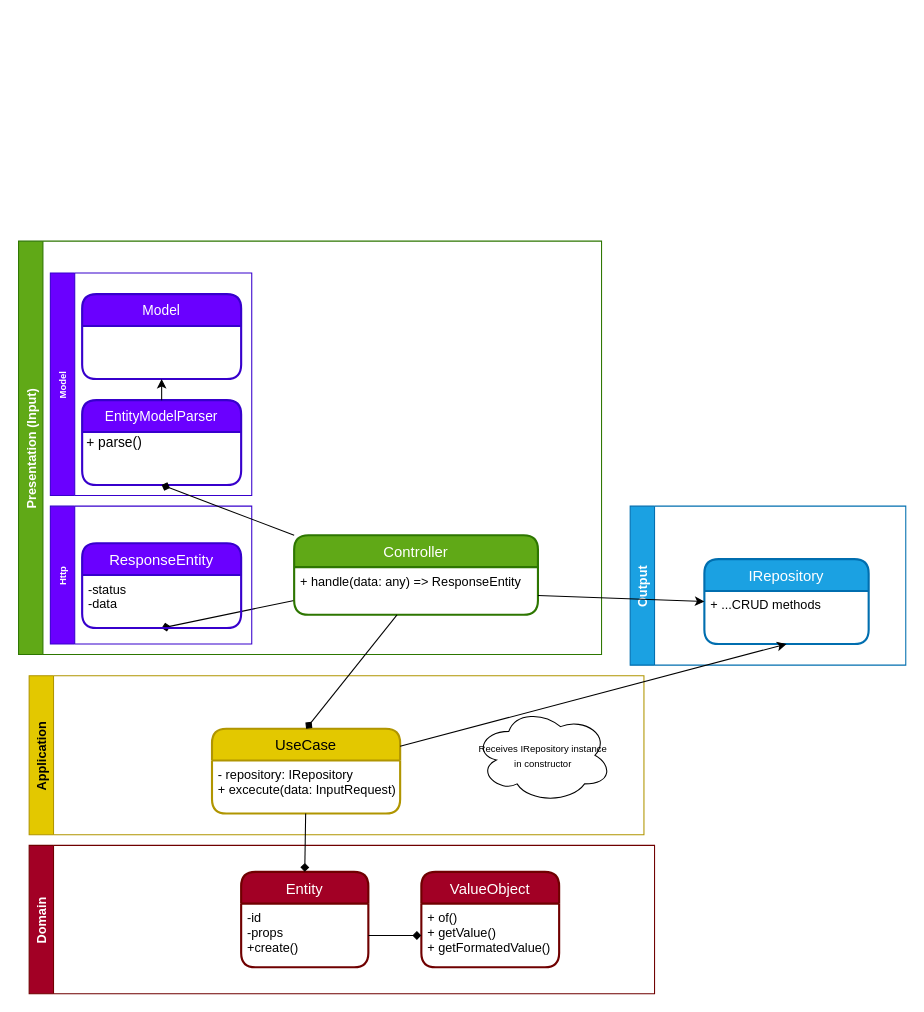
Before: diagram.drawio in flwedu/punk-barbershop-backend, a draw.io diagram. Source tidied: cells renumbered, new cells numbered last; positions are measured from the earlier drawing's top-left corner, leaving out a move shared by most shapes. Both pictures are drawn from the tidied source at 106%, with x=0, y=0 at pixel (18, 241).
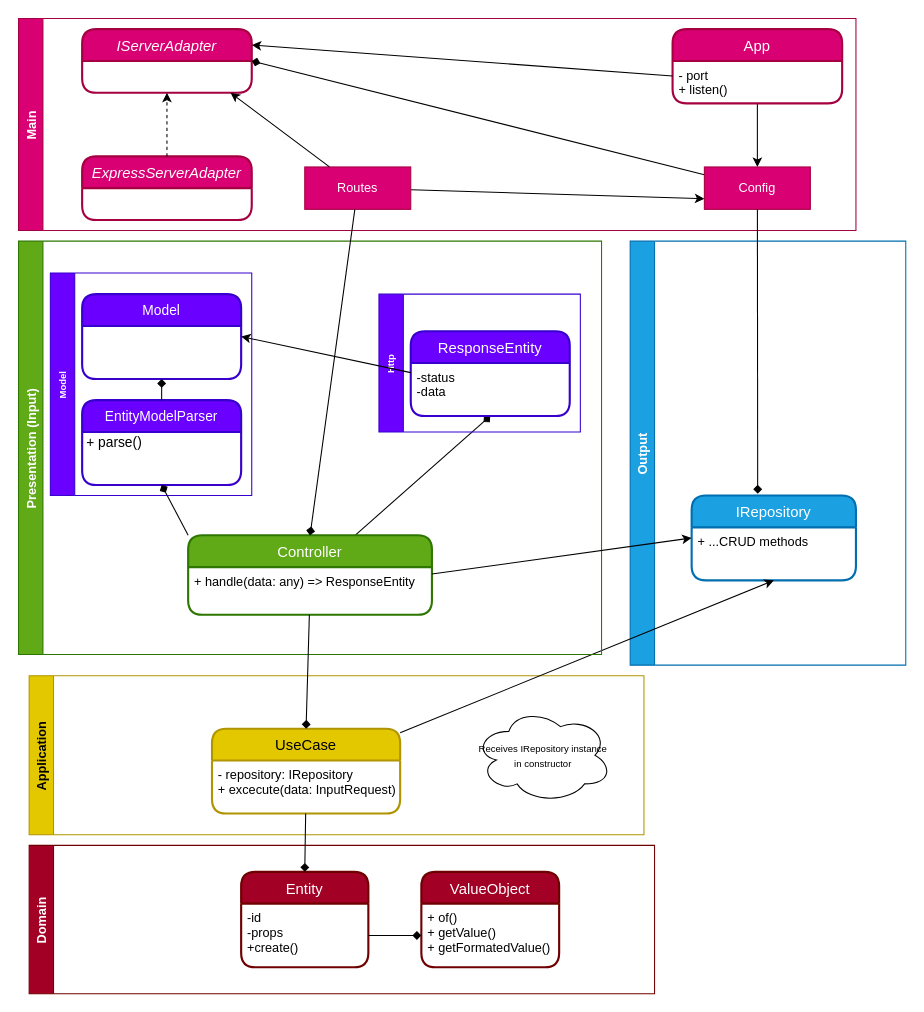
The same page after the edit.

Unchanged cells that the change refers to:
```xml
<mxCell id="16" value="Presentation (Input)" style="swimlane;horizontal=0;fillColor=#60a917;fontColor=#ffffff;strokeColor=#2D7600;" parent="1" vertex="1">
  <mxGeometry width="550" height="390" as="geometry" />
</mxCell>
<mxCell id="22" value="-status&#10;-data" style="align=left;strokeColor=none;fillColor=none;spacingLeft=4;fontSize=12;verticalAlign=top;" parent="21" vertex="1">
  <mxGeometry y="30" width="150" height="50" as="geometry" />
</mxCell>
<mxCell id="24" value="EntityModelParser" style="swimlane;horizontal=1;startSize=30;rounded=1;fontSize=13;fontStyle=0;strokeWidth=2;shadow=0;dashed=0;align=center;fillColor=#6a00ff;fontColor=#ffffff;strokeColor=#3700CC;" parent="23" vertex="1">
  <mxGeometry x="30" y="120" width="150" height="80" as="geometry" />
</mxCell>
<mxCell id="25" value="Model" style="swimlane;horizontal=1;startSize=30;rounded=1;fontSize=13;fontStyle=0;strokeWidth=2;shadow=0;dashed=0;align=center;fillColor=#6a00ff;fontColor=#ffffff;strokeColor=#3700CC;" parent="23" vertex="1">
  <mxGeometry x="30" y="20" width="150" height="80" as="geometry" />
</mxCell>
```

The edit, as a diff of the source:
```diff
@@
     <mxCell id="12" value="Output" style="swimlane;horizontal=0;fillColor=#1ba1e2;fontColor=#ffffff;strokeColor=#006EAF;" parent="1" vertex="1">
-      <mxGeometry x="577" y="250" width="260" height="150" as="geometry" />
+      <mxGeometry x="577" width="260" height="400" as="geometry" />
     </mxCell>
     <mxCell id="13" value="IRepository" style="swimlane;horizontal=1;startSize=30;rounded=1;fontSize=14;fontStyle=0;strokeWidth=2;shadow=0;dashed=0;align=center;fillColor=#1ba1e2;strokeColor=#006EAF;fontColor=#ffffff;" parent="12" vertex="1">
-      <mxGeometry x="70" y="50" width="155" height="80" as="geometry" />
+      <mxGeometry x="58" y="240" width="155" height="80" as="geometry" />
     </mxCell>
@@
     <mxCell id="18" value="Controller" style="swimlane;horizontal=1;startSize=30;rounded=1;fontSize=14;fontStyle=0;strokeWidth=2;shadow=0;dashed=0;align=center;fillColor=#60a917;fontColor=#ffffff;strokeColor=#2D7600;" parent="16" vertex="1">
-      <mxGeometry x="260" y="277.5" width="230" height="75" as="geometry" />
+      <mxGeometry x="160" y="277.5" width="230" height="75" as="geometry" />
     </mxCell>
@@
     <mxCell id="20" value="Http" style="swimlane;horizontal=0;fontSize=9;fillColor=#6a00ff;fontColor=#ffffff;strokeColor=#3700CC;" parent="16" vertex="1">
-      <mxGeometry x="30" y="250" width="190" height="130" as="geometry" />
+      <mxGeometry x="340" y="50" width="190" height="130" as="geometry" />
     </mxCell>
@@
+    <mxCell id="32" style="edgeStyle=none;html=1;entryX=1;entryY=0.5;entryDx=0;entryDy=0;endArrow=classic;endFill=1;" parent="16" edge="1" source="22" target="25">
+      <mxGeometry relative="1" as="geometry" />
+    </mxCell>
@@
-    <mxCell id="31" style="edgeStyle=none;html=1;fontSize=13;endArrow=classic;endFill=1;" parent="1" edge="1" source="24">
+    <mxCell id="31" style="edgeStyle=none;html=1;fontSize=13;endArrow=diamond;endFill=1;" parent="1" edge="1" source="24">
       <mxGeometry relative="1" as="geometry">
         <mxPoint x="135" y="130" as="targetPoint" />
       </mxGeometry>
     </mxCell>
+    <mxCell id="33" value="Main" style="swimlane;horizontal=0;fillColor=#d80073;strokeColor=#A50040;glass=0;shadow=0;fontColor=#ffffff;" parent="1" vertex="1">
+      <mxGeometry y="-210" width="790" height="200" as="geometry" />
+    </mxCell>
+    <mxCell id="34" style="edgeStyle=none;html=1;exitX=0.5;exitY=1;exitDx=0;exitDy=0;" parent="33" edge="1" source="41" target="39">
+      <mxGeometry relative="1" as="geometry" />
+    </mxCell>
+    <mxCell id="35" value="IServerAdapter" style="swimlane;horizontal=1;startSize=30;rounded=1;fontSize=14;fontStyle=2;strokeWidth=2;shadow=0;dashed=0;align=center;glass=0;fillColor=#d80073;fontColor=#ffffff;strokeColor=#A50040;" parent="33" vertex="1">
+      <mxGeometry x="60" y="10" width="160" height="60" as="geometry" />
+    </mxCell>
+    <mxCell id="36" value="ExpressServerAdapter" style="swimlane;horizontal=1;startSize=30;rounded=1;fontSize=14;fontStyle=2;strokeWidth=2;shadow=0;dashed=0;align=center;glass=0;fillColor=#d80073;fontColor=#ffffff;strokeColor=#A50040;" parent="33" vertex="1">
+      <mxGeometry x="60" y="130" width="160" height="60" as="geometry" />
+    </mxCell>
+    <mxCell id="37" style="edgeStyle=none;html=1;dashed=1;entryX=0.5;entryY=1;entryDx=0;entryDy=0;" parent="33" edge="1" source="36" target="35">
+      <mxGeometry relative="1" as="geometry" />
+    </mxCell>
+    <mxCell id="38" style="edgeStyle=none;html=1;entryX=1;entryY=0.5;entryDx=0;entryDy=0;endArrow=diamond;endFill=1;" parent="33" edge="1" source="39" target="35">
+      <mxGeometry relative="1" as="geometry" />
+    </mxCell>
+    <mxCell id="39" value="Config" style="whiteSpace=wrap;html=1;align=center;shadow=0;glass=0;fillColor=#d80073;fontColor=#ffffff;strokeColor=#A50040;" parent="33" vertex="1">
+      <mxGeometry x="647" y="140" width="100" height="40" as="geometry" />
+    </mxCell>
+    <mxCell id="40" value="App" style="swimlane;horizontal=1;startSize=30;rounded=1;fontSize=14;fontStyle=0;strokeWidth=2;shadow=0;dashed=0;align=center;glass=0;fillColor=#d80073;fontColor=#ffffff;strokeColor=#A50040;" parent="33" vertex="1">
+      <mxGeometry x="617" y="10" width="160" height="70" as="geometry" />
+    </mxCell>
+    <mxCell id="41" value="- port&#10;+ listen()" style="align=left;strokeColor=none;fillColor=none;spacingLeft=4;fontSize=12;verticalAlign=top;shadow=0;glass=0;" parent="40" vertex="1">
+      <mxGeometry y="30" width="160" height="40" as="geometry" />
+    </mxCell>
+    <mxCell id="42" style="edgeStyle=none;html=1;entryX=0;entryY=0.75;entryDx=0;entryDy=0;endArrow=classic;endFill=1;" parent="33" edge="1" source="43" target="39">
+      <mxGeometry relative="1" as="geometry" />
+    </mxCell>
+    <mxCell id="43" value="Routes" style="whiteSpace=wrap;html=1;align=center;shadow=0;glass=0;fillColor=#d80073;fontColor=#ffffff;strokeColor=#A50040;" parent="33" vertex="1">
+      <mxGeometry x="270" y="140" width="100" height="40" as="geometry" />
+    </mxCell>
+    <mxCell id="44" style="edgeStyle=none;html=1;entryX=1;entryY=0.25;entryDx=0;entryDy=0;endArrow=classic;endFill=1;" parent="33" edge="1" source="41" target="35">
+      <mxGeometry relative="1" as="geometry" />
+    </mxCell>
+    <mxCell id="45" style="edgeStyle=none;html=1;entryX=0.402;entryY=-0.022;entryDx=0;entryDy=0;entryPerimeter=0;endArrow=diamond;endFill=1;" parent="1" edge="1" source="39" target="13">
+      <mxGeometry relative="1" as="geometry" />
+    </mxCell>
+    <mxCell id="46" style="edgeStyle=none;html=1;entryX=0.5;entryY=0;entryDx=0;entryDy=0;endArrow=diamond;endFill=1;" parent="1" edge="1" source="43" target="18">
+      <mxGeometry relative="1" as="geometry" />
+    </mxCell>
+    <mxCell id="47" style="edgeStyle=none;html=1;endArrow=classic;endFill=1;" parent="1" edge="1" source="43">
+      <mxGeometry relative="1" as="geometry">
+        <mxPoint x="200" y="-140" as="targetPoint" />
+      </mxGeometry>
+    </mxCell>
```
